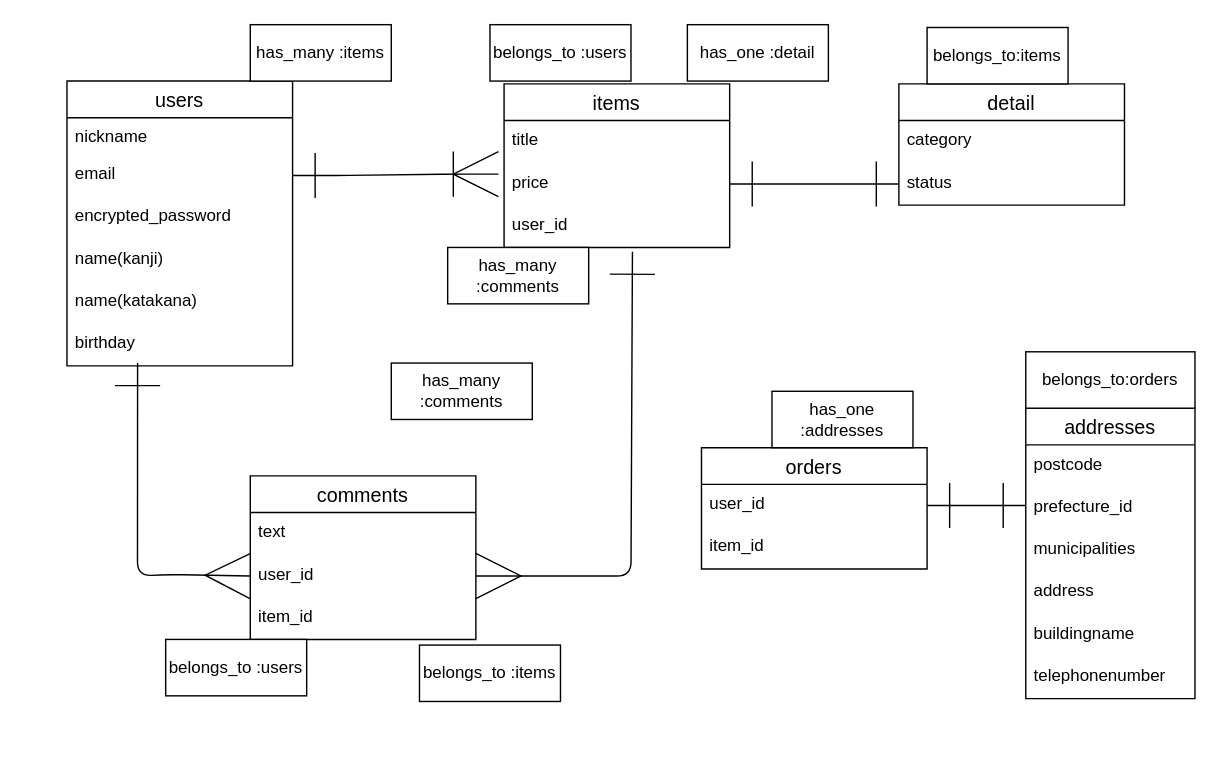
This is test.dio from codegiter1018/furima-38614, a draw.io file, before an edit. Source tidied: cells renumbered, new cells numbered last; positions are measured from the earlier drawing's top-left corner, leaving out a move shared by most shapes. Both pictures are drawn from the tidied source at 141%, with x=0, y=0 at pixel (66, 24).
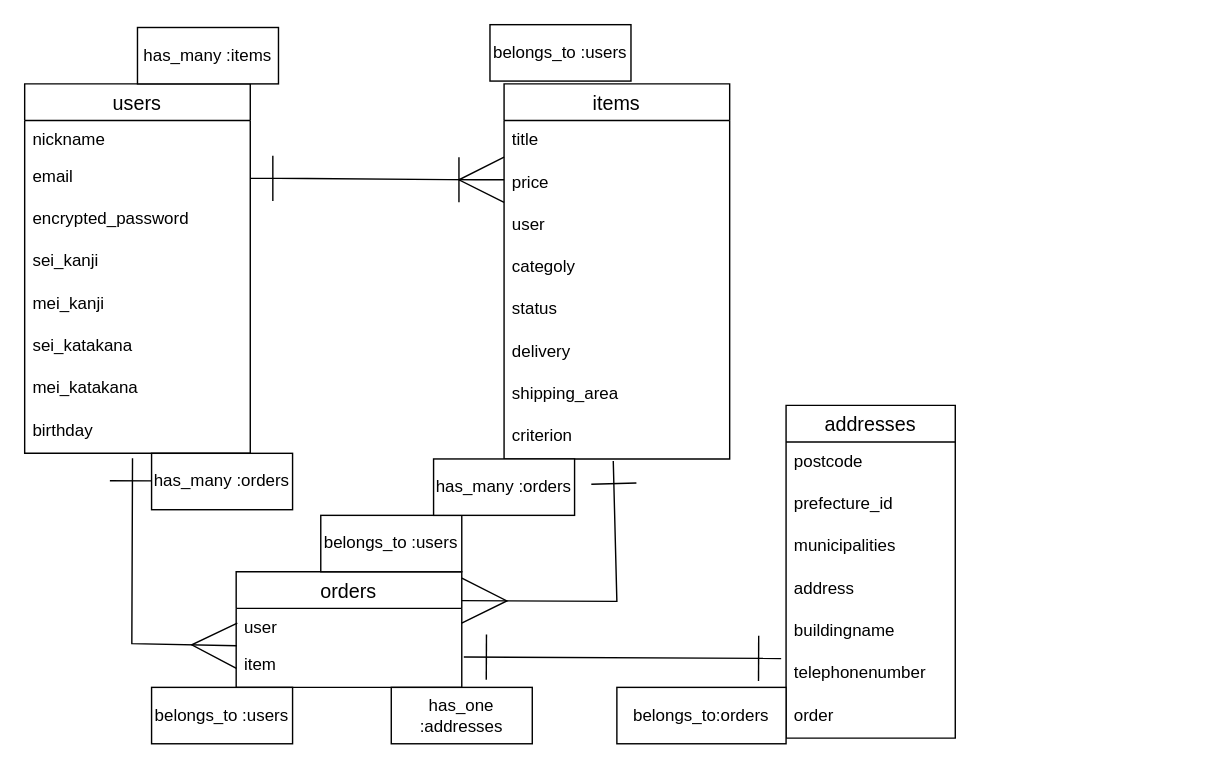
Above is the later version.

Commit message (it also covers changes not shown here):
データベース設計修正2

The change refers to these unchanged cells:
```xml
<mxCell id="4" value="email" style="text;strokeColor=none;fillColor=none;spacingLeft=4;spacingRight=4;overflow=hidden;points=[[0,0.5],[1,0.5]];portConstraint=eastwest;fontSize=12;" parent="2" vertex="1">
  <mxGeometry y="52" width="160" height="30" as="geometry" />
</mxCell>
<mxCell id="11" value="price" style="text;strokeColor=none;fillColor=none;spacingLeft=4;spacingRight=4;overflow=hidden;points=[[0,0.5],[1,0.5]];portConstraint=eastwest;fontSize=12;" parent="9" vertex="1">
  <mxGeometry y="56" width="160" height="30" as="geometry" />
</mxCell>
<mxCell id="40" value="telephonenumber" style="text;strokeColor=none;fillColor=none;spacingLeft=4;spacingRight=4;overflow=hidden;points=[[0,0.5],[1,0.5]];portConstraint=eastwest;fontSize=12;" parent="34" vertex="1">
  <mxGeometry y="176" width="120" height="30" as="geometry" />
</mxCell>
```

Change to the diagram source:
```diff
@@
     <mxCell id="2" value="users" style="swimlane;fontStyle=0;horizontal=1;startSize=26;align=center;fontSize=14;" parent="1" vertex="1">
-      <mxGeometry y="40" width="160" height="202" as="geometry" />
+      <mxGeometry x="-30" y="42" width="160" height="262" as="geometry" />
     </mxCell>
@@
-    <mxCell id="6" value="name(kanji)" style="text;strokeColor=none;fillColor=none;spacingLeft=4;spacingRight=4;overflow=hidden;fontSize=12;" parent="2" vertex="1">
-      <mxGeometry y="112" width="160" height="30" as="geometry" />
-    </mxCell>
+    <mxCell id="45" value="sei_kanji" style="text;strokeColor=none;fillColor=none;spacingLeft=4;spacingRight=4;overflow=hidden;fontSize=12;" parent="2" vertex="1">
+      <mxGeometry y="112" width="160" height="30" as="geometry" />
+    </mxCell>
-    <mxCell id="7" value="name(katakana)" style="text;strokeColor=none;fillColor=none;spacingLeft=4;spacingRight=4;overflow=hidden;fontSize=12;" parent="2" vertex="1">
+    <mxCell id="7" value="mei_kanji" style="text;strokeColor=none;fillColor=none;spacingLeft=4;spacingRight=4;overflow=hidden;fontSize=12;" parent="2" vertex="1">
       <mxGeometry y="142" width="160" height="30" as="geometry" />
     </mxCell>
+    <mxCell id="46" value="sei_katakana" style="text;strokeColor=none;fillColor=none;spacingLeft=4;spacingRight=4;overflow=hidden;fontSize=12;" parent="2" vertex="1">
+      <mxGeometry y="172" width="160" height="30" as="geometry" />
+    </mxCell>
+    <mxCell id="47" value="mei_katakana" style="text;strokeColor=none;fillColor=none;spacingLeft=4;spacingRight=4;overflow=hidden;fontSize=12;" parent="2" vertex="1">
+      <mxGeometry y="202" width="160" height="30" as="geometry" />
+    </mxCell>
     <mxCell id="8" value="birthday" style="text;strokeColor=none;fillColor=none;spacingLeft=4;spacingRight=4;overflow=hidden;points=[[0,0.5],[1,0.5]];portConstraint=eastwest;fontSize=12;" parent="2" vertex="1">
-      <mxGeometry y="172" width="160" height="30" as="geometry" />
+      <mxGeometry y="232" width="160" height="30" as="geometry" />
     </mxCell>
     <mxCell id="9" value="items" style="swimlane;fontStyle=0;horizontal=1;startSize=26;align=center;fontSize=14;" parent="1" vertex="1">
-      <mxGeometry x="310" y="42" width="160" height="116" as="geometry" />
+      <mxGeometry x="310" y="42" width="160" height="266" as="geometry" />
     </mxCell>
@@
-    <mxCell id="12" value="user_id" style="text;strokeColor=none;fillColor=none;spacingLeft=4;spacingRight=4;overflow=hidden;points=[[0,0.5],[1,0.5]];portConstraint=eastwest;fontSize=12;" parent="9" vertex="1">
+    <mxCell id="12" value="user" style="text;strokeColor=none;fillColor=none;spacingLeft=4;spacingRight=4;overflow=hidden;points=[[0,0.5],[1,0.5]];portConstraint=eastwest;fontSize=12;" parent="9" vertex="1">
       <mxGeometry y="86" width="160" height="30" as="geometry" />
     </mxCell>
-    <mxCell id="13" value="comments" style="swimlane;fontStyle=0;horizontal=1;startSize=26;align=center;fontSize=14;" parent="1" vertex="1">
-      <mxGeometry x="130" y="320" width="160" height="116" as="geometry" />
-    </mxCell>
-    <mxCell id="14" value="text" style="text;strokeColor=none;fillColor=none;spacingLeft=4;spacingRight=4;overflow=hidden;fontSize=12;" parent="13" vertex="1">
-      <mxGeometry y="26" width="160" height="30" as="geometry" />
-    </mxCell>
-    <mxCell id="15" value="user_id" style="text;strokeColor=none;fillColor=none;spacingLeft=4;spacingRight=4;overflow=hidden;points=[[0,0.5],[1,0.5]];portConstraint=eastwest;fontSize=12;" parent="13" vertex="1">
-      <mxGeometry y="56" width="160" height="30" as="geometry" />
-    </mxCell>
-    <mxCell id="16" value="item_id" style="text;strokeColor=none;fillColor=none;spacingLeft=4;spacingRight=4;overflow=hidden;fontSize=12;" parent="13" vertex="1">
-      <mxGeometry y="86" width="160" height="30" as="geometry" />
-    </mxCell>
+    <mxCell id="48" value="categoly" style="text;strokeColor=none;fillColor=none;spacingLeft=4;spacingRight=4;overflow=hidden;fontSize=12;" parent="9" vertex="1">
+      <mxGeometry y="116" width="160" height="30" as="geometry" />
+    </mxCell>
+    <mxCell id="27" value="status" style="text;strokeColor=none;fillColor=none;spacingLeft=4;spacingRight=4;overflow=hidden;points=[[0,0.5],[1,0.5]];portConstraint=eastwest;fontSize=12;" parent="9" vertex="1">
+      <mxGeometry y="146" width="160" height="30" as="geometry" />
+    </mxCell>
+    <mxCell id="49" value="delivery" style="text;strokeColor=none;fillColor=none;spacingLeft=4;spacingRight=4;overflow=hidden;fontSize=12;" parent="9" vertex="1">
+      <mxGeometry y="176" width="160" height="30" as="geometry" />
+    </mxCell>
+    <mxCell id="50" value="shipping_area" style="text;strokeColor=none;fillColor=none;spacingLeft=4;spacingRight=4;overflow=hidden;fontSize=12;" parent="9" vertex="1">
+      <mxGeometry y="206" width="160" height="30" as="geometry" />
+    </mxCell>
+    <mxCell id="51" value="criterion" style="text;strokeColor=none;fillColor=none;spacingLeft=4;spacingRight=4;overflow=hidden;points=[[0,0.5],[1,0.5]];portConstraint=eastwest;fontSize=12;" parent="9" vertex="1">
+      <mxGeometry y="236" width="160" height="30" as="geometry" />
+    </mxCell>
-    <mxCell id="17" style="edgeStyle=entityRelationEdgeStyle;fontSize=12;html=1;endArrow=ERoneToMany;exitX=1;exitY=0.5;exitDx=0;exitDy=0;entryX=-0.025;entryY=0.267;entryDx=0;entryDy=0;entryPerimeter=0;endSize=30;startArrow=ERone;startFill=0;startSize=30;" parent="1" edge="1" source="4" target="11">
-      <mxGeometry relative="1" as="geometry" />
+    <mxCell id="17" style="edgeStyle=entityRelationEdgeStyle;fontSize=12;html=1;endArrow=ERoneToMany;exitX=1;exitY=0.5;exitDx=0;exitDy=0;endSize=30;startArrow=ERone;startFill=0;startSize=30;" parent="1" edge="1" source="4">
+      <mxGeometry relative="1" as="geometry">
+        <mxPoint x="310" y="110" as="targetPoint" />
+      </mxGeometry>
     </mxCell>
-    <mxCell id="18" style="edgeStyle=none;html=1;exitX=0.569;exitY=1.1;exitDx=0;exitDy=0;entryX=1;entryY=0.5;entryDx=0;entryDy=0;endArrow=ERmany;endFill=0;exitPerimeter=0;endSize=30;startArrow=ERone;startFill=0;startSize=30;" parent="1" edge="1" source="12" target="15">
-      <mxGeometry relative="1" as="geometry">
-        <Array as="points">
-          <mxPoint x="400" y="391" />
-        </Array>
-      </mxGeometry>
-    </mxCell>
-    <mxCell id="19" style="edgeStyle=none;html=1;entryX=0;entryY=0.5;entryDx=0;entryDy=0;startArrow=ERone;startFill=0;endArrow=ERmany;endFill=0;startSize=30;endSize=30;exitX=0.313;exitY=0.933;exitDx=0;exitDy=0;exitPerimeter=0;" parent="1" edge="1" source="8" target="15">
-      <mxGeometry relative="1" as="geometry">
-        <Array as="points">
-          <mxPoint x="50" y="391" />
-          <mxPoint x="72" y="390" />
-        </Array>
-      </mxGeometry>
-    </mxCell>
     <mxCell id="20" value="has_many :items" style="whiteSpace=wrap;html=1;align=center;" parent="1" vertex="1">
-      <mxGeometry x="130" width="100" height="40" as="geometry" />
+      <mxGeometry x="50" y="2" width="100" height="40" as="geometry" />
     </mxCell>
@@
-    <mxCell id="22" value="belongs_to :users" style="whiteSpace=wrap;html=1;align=center;" parent="1" vertex="1">
-      <mxGeometry x="70" y="436" width="100" height="40" as="geometry" />
-    </mxCell>
-    <mxCell id="23" value="has_many :comments" style="whiteSpace=wrap;html=1;align=center;" parent="1" vertex="1">
-      <mxGeometry x="270" y="158" width="100" height="40" as="geometry" />
-    </mxCell>
-    <mxCell id="24" value="belongs_to :items" style="whiteSpace=wrap;html=1;align=center;" parent="1" vertex="1">
-      <mxGeometry x="250" y="440" width="100" height="40" as="geometry" />
-    </mxCell>
-    <mxCell id="25" value="detail" style="swimlane;fontStyle=0;horizontal=1;startSize=26;align=center;fontSize=14;" parent="1" vertex="1">
-      <mxGeometry x="590" y="42" width="160" height="86" as="geometry" />
-    </mxCell>
-    <mxCell id="26" value="category" style="text;strokeColor=none;fillColor=none;spacingLeft=4;spacingRight=4;overflow=hidden;fontSize=12;" parent="25" vertex="1">
-      <mxGeometry y="26" width="160" height="30" as="geometry" />
-    </mxCell>
-    <mxCell id="27" value="status" style="text;strokeColor=none;fillColor=none;spacingLeft=4;spacingRight=4;overflow=hidden;points=[[0,0.5],[1,0.5]];portConstraint=eastwest;fontSize=12;" parent="25" vertex="1">
-      <mxGeometry y="56" width="160" height="30" as="geometry" />
-    </mxCell>
-    <mxCell id="28" style="edgeStyle=none;html=1;exitX=1;exitY=0.5;exitDx=0;exitDy=0;entryX=0;entryY=0.5;entryDx=0;entryDy=0;startArrow=ERone;startFill=0;endArrow=ERone;endFill=0;startSize=30;endSize=30;" parent="1" edge="1" target="27">
-      <mxGeometry relative="1" as="geometry">
-        <mxPoint x="470" y="113" as="sourcePoint" />
-      </mxGeometry>
-    </mxCell>
-    <mxCell id="29" value="has_one :detail" style="whiteSpace=wrap;html=1;align=center;" parent="1" vertex="1">
-      <mxGeometry x="440" width="100" height="40" as="geometry" />
-    </mxCell>
-    <mxCell id="30" value="belongs_to:items" style="whiteSpace=wrap;html=1;align=center;" parent="1" vertex="1">
-      <mxGeometry x="610" y="2" width="100" height="40" as="geometry" />
-    </mxCell>
     <mxCell id="31" value="orders" style="swimlane;fontStyle=0;horizontal=1;startSize=26;align=center;fontSize=14;" parent="1" vertex="1">
-      <mxGeometry x="450" y="300" width="160" height="86" as="geometry" />
+      <mxGeometry x="120" y="388" width="160" height="82" as="geometry" />
     </mxCell>
-    <mxCell id="32" value="user_id" style="text;strokeColor=none;fillColor=none;spacingLeft=4;spacingRight=4;overflow=hidden;points=[[0,0.5],[1,0.5]];portConstraint=eastwest;fontSize=12;" parent="31" vertex="1">
-      <mxGeometry y="26" width="160" height="30" as="geometry" />
+    <mxCell id="32" value="user" style="text;strokeColor=none;fillColor=none;spacingLeft=4;spacingRight=4;overflow=hidden;points=[[0,0.5],[1,0.5]];portConstraint=eastwest;fontSize=12;" parent="31" vertex="1">
+      <mxGeometry y="26" width="160" height="26" as="geometry" />
     </mxCell>
-    <mxCell id="33" value="item_id" style="text;strokeColor=none;fillColor=none;spacingLeft=4;spacingRight=4;overflow=hidden;points=[[0,0.5],[1,0.5]];portConstraint=eastwest;fontSize=12;" parent="31" vertex="1">
-      <mxGeometry y="56" width="160" height="30" as="geometry" />
+    <mxCell id="33" value="item" style="text;strokeColor=none;fillColor=none;spacingLeft=4;spacingRight=4;overflow=hidden;points=[[0,0.5],[1,0.5]];portConstraint=eastwest;fontSize=12;" parent="31" vertex="1">
+      <mxGeometry y="52" width="160" height="30" as="geometry" />
     </mxCell>
     <mxCell id="34" value="addresses" style="swimlane;fontStyle=0;horizontal=1;startSize=26;align=center;fontSize=14;" parent="1" vertex="1">
-      <mxGeometry x="680" y="272" width="120" height="206" as="geometry" />
+      <mxGeometry x="510" y="270" width="120" height="236" as="geometry" />
     </mxCell>
@@
+    <mxCell id="52" value="order" style="text;strokeColor=none;fillColor=none;spacingLeft=4;spacingRight=4;overflow=hidden;fontSize=12;" parent="34" vertex="1">
+      <mxGeometry y="206" width="120" height="30" as="geometry" />
+    </mxCell>
-    <mxCell id="41" style="edgeStyle=none;html=1;exitX=1;exitY=0.5;exitDx=0;exitDy=0;startArrow=ERone;startFill=0;endArrow=ERone;endFill=0;startSize=30;endSize=30;" parent="1" edge="1" source="32">
-      <mxGeometry relative="1" as="geometry">
-        <mxPoint x="680" y="341" as="targetPoint" />
-      </mxGeometry>
+    <mxCell id="41" style="edgeStyle=none;html=1;startArrow=ERone;startFill=0;endArrow=ERone;endFill=0;startSize=30;endSize=30;entryX=-0.029;entryY=0.117;entryDx=0;entryDy=0;exitX=1.009;exitY=0.283;exitDx=0;exitDy=0;exitPerimeter=0;entryPerimeter=0;" parent="1" edge="1" source="33" target="40">
+      <mxGeometry relative="1" as="geometry" />
     </mxCell>
     <mxCell id="42" value="has_one :addresses" style="whiteSpace=wrap;html=1;align=center;" parent="1" vertex="1">
-      <mxGeometry x="500" y="260" width="100" height="40" as="geometry" />
+      <mxGeometry x="230" y="470" width="100" height="40" as="geometry" />
     </mxCell>
     <mxCell id="43" value="belongs_to:orders" style="whiteSpace=wrap;html=1;align=center;" parent="1" vertex="1">
-      <mxGeometry x="680" y="232" width="120" height="40" as="geometry" />
+      <mxGeometry x="390" y="470" width="120" height="40" as="geometry" />
     </mxCell>
-    <mxCell id="44" value="has_many :comments" style="whiteSpace=wrap;html=1;align=center;" parent="1" vertex="1">
-      <mxGeometry x="230" y="240" width="100" height="40" as="geometry" />
-    </mxCell>
+    <mxCell id="53" value="belongs_to :users" style="whiteSpace=wrap;html=1;align=center;" parent="1" vertex="1">
+      <mxGeometry x="60" y="470" width="100" height="40" as="geometry" />
+    </mxCell>
+    <mxCell id="54" value="belongs_to :users" style="whiteSpace=wrap;html=1;align=center;" parent="1" vertex="1">
+      <mxGeometry x="180" y="348" width="100" height="40" as="geometry" />
+    </mxCell>
+    <mxCell id="55" style="endArrow=ERmany;html=1;rounded=0;startSize=30;endSize=30;exitX=0.478;exitY=1.117;exitDx=0;exitDy=0;exitPerimeter=0;entryX=0.003;entryY=0.017;entryDx=0;entryDy=0;entryPerimeter=0;endFill=0;startArrow=ERone;startFill=0;" parent="1" edge="1" source="8" target="33">
+      <mxGeometry relative="1" as="geometry">
+        <Array as="points">
+          <mxPoint x="46" y="439" />
+        </Array>
+      </mxGeometry>
+    </mxCell>
+    <mxCell id="56" style="endArrow=ERone;html=1;rounded=0;startSize=30;endSize=30;entryX=0.484;entryY=1.05;entryDx=0;entryDy=0;entryPerimeter=0;exitX=1;exitY=0.25;exitDx=0;exitDy=0;startArrow=ERmany;startFill=0;endFill=0;" parent="1" edge="1" source="31" target="51">
+      <mxGeometry relative="1" as="geometry">
+        <Array as="points">
+          <mxPoint x="390" y="409" />
+        </Array>
+      </mxGeometry>
+    </mxCell>
+    <mxCell id="57" value="has_many :orders" style="whiteSpace=wrap;html=1;align=center;" parent="1" vertex="1">
+      <mxGeometry x="60" y="304" width="100" height="40" as="geometry" />
+    </mxCell>
+    <mxCell id="58" value="has_many :orders" style="whiteSpace=wrap;html=1;align=center;" parent="1" vertex="1">
+      <mxGeometry x="260" y="308" width="100" height="40" as="geometry" />
+    </mxCell>
```
